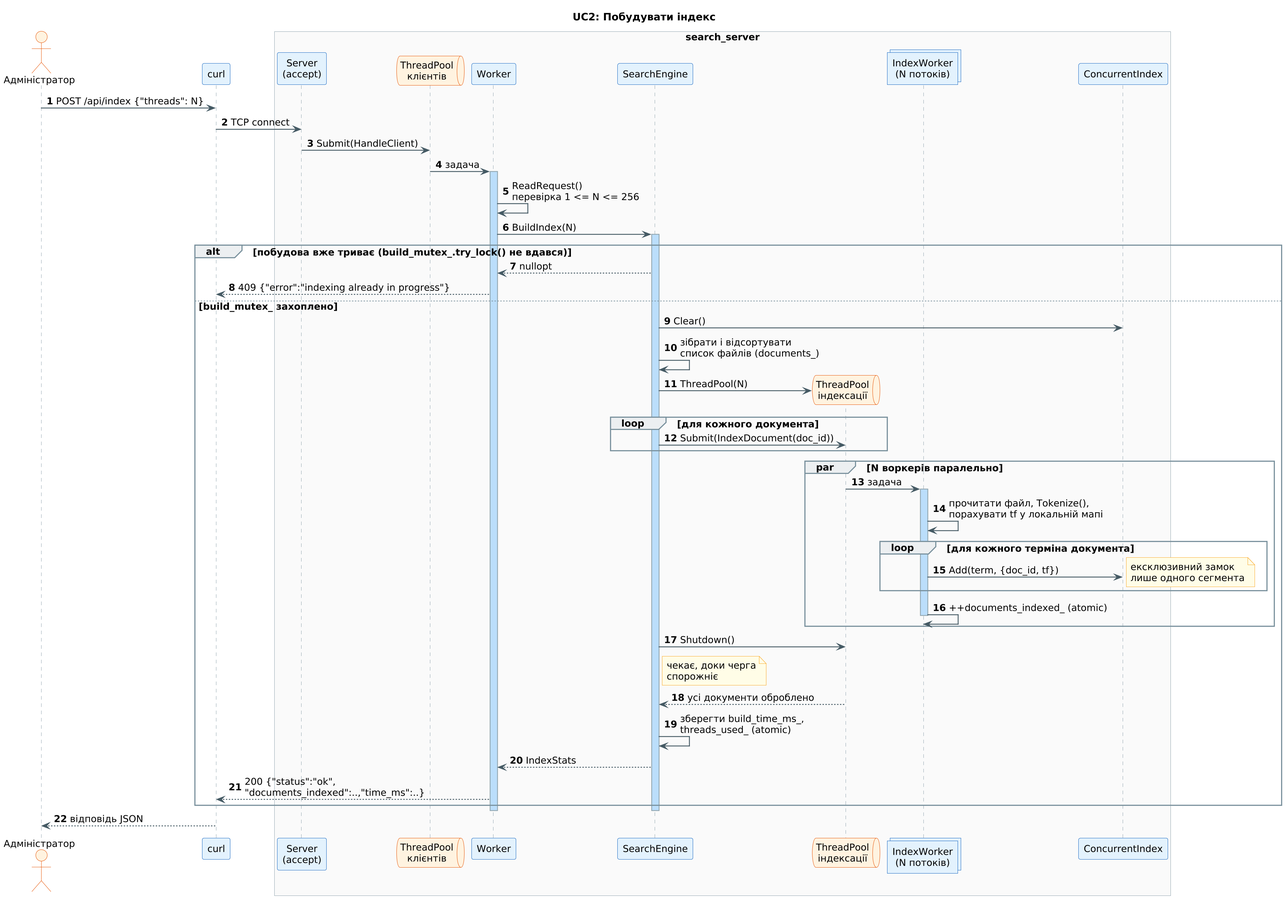
The PlantUML diagram docs/uml/seq_index.png in vlb103/parallel-search-engine, before a commit. Its diagram source:
```plantuml
@startuml seq_index
!include style.iuml
autonumber
title UC2: Побудувати індекс

actor "Адміністратор" as Admin
participant "curl" as Client
box "search_server" #FAFAFA
  participant "Server\n(accept)" as Server
  queue "ThreadPool\nклієнтів" as Pool
  participant "Worker" as Worker
  participant "SearchEngine" as Engine
  queue "ThreadPool\nіндексації" as IndexPool
  collections "IndexWorker\n(N потоків)" as IndexWorker
  participant "ConcurrentIndex" as Index
end box

Admin -> Client : POST /api/index {"threads": N}
Client -> Server : TCP connect
Server -> Pool : Submit(HandleClient)
Pool -> Worker : задача
activate Worker
Worker -> Worker : ReadRequest()\nперевірка 1 <= N <= 256
Worker -> Engine : BuildIndex(N)
activate Engine

alt побудова вже триває (build_mutex_.try_lock() не вдався)
  Engine --> Worker : nullopt
  Worker --> Client : 409 {"error":"indexing already in progress"}
else build_mutex_ захоплено
  Engine -> Index : Clear()
  Engine -> Engine : зібрати і відсортувати\nсписок файлів (documents_)
  Engine -> IndexPool ** : ThreadPool(N)
  loop для кожного документа
    Engine -> IndexPool : Submit(IndexDocument(doc_id))
  end
  par N воркерів паралельно
    IndexPool -> IndexWorker : задача
    activate IndexWorker
    IndexWorker -> IndexWorker : прочитати файл, Tokenize(),\nпорахувати tf у локальній мапі
    loop для кожного терміна документа
      IndexWorker -> Index : Add(term, {doc_id, tf})
      note right : ексклюзивний замок\nлише одного сегмента
    end
    IndexWorker -> IndexWorker : ++documents_indexed_ (atomic)
    deactivate IndexWorker
  end
  Engine -> IndexPool : Shutdown()
  note right of Engine : чекає, доки черга\nспорожніє
  IndexPool --> Engine : усі документи оброблено
  Engine -> Engine : зберегти build_time_ms_,\nthreads_used_ (atomic)
  Engine --> Worker : IndexStats
  Worker --> Client : 200 {"status":"ok",\n"documents_indexed":..,"time_ms":..}
end
deactivate Engine
deactivate Worker
Client --> Admin : відповідь JSON
@enduml
```
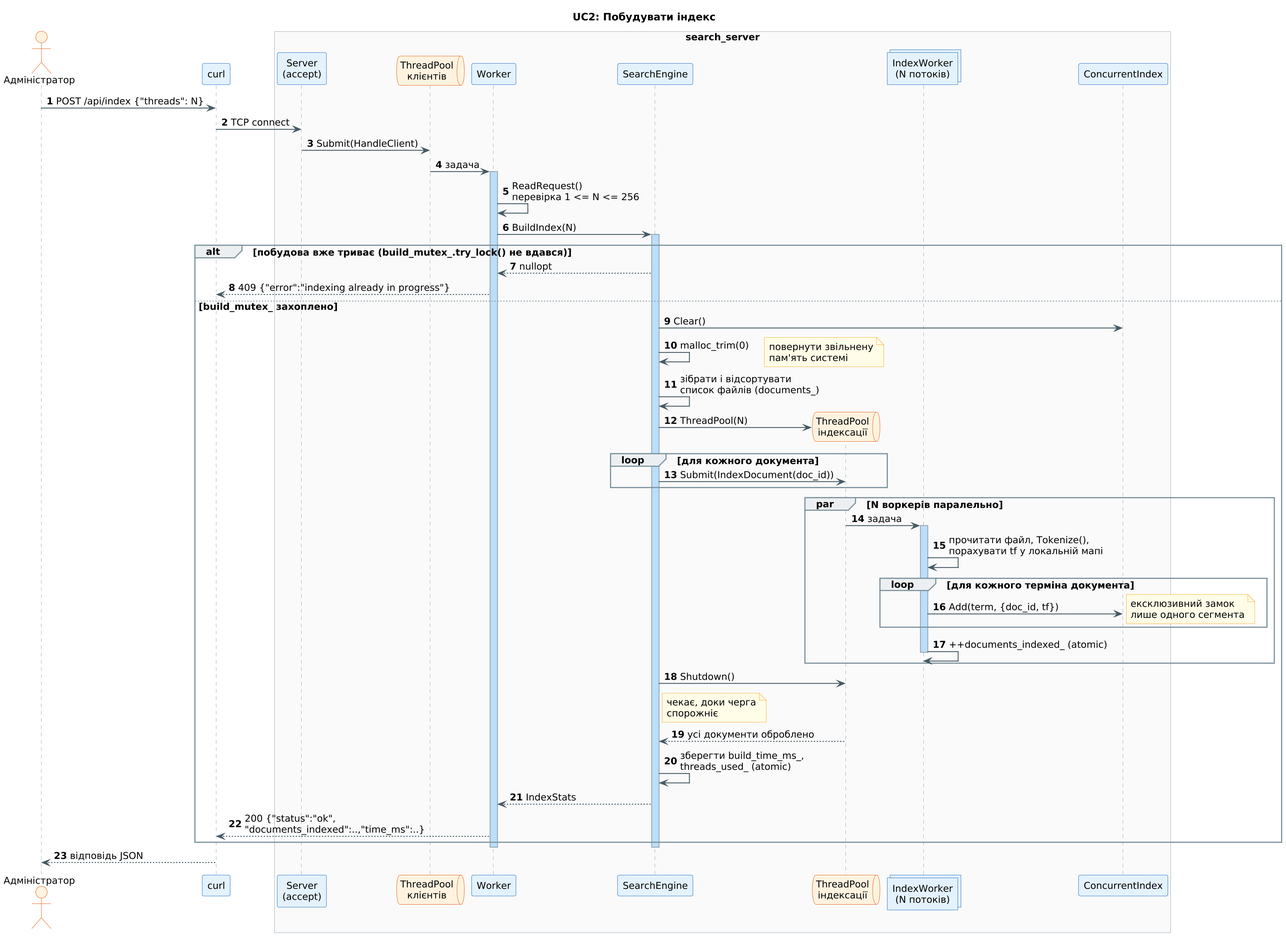
After the commit.

Change to the diagram source:
```diff
@@ -29,6 +29,8 @@
   Worker --> Client : 409 {"error":"indexing already in progress"}
 else build_mutex_ захоплено
   Engine -> Index : Clear()
+  Engine -> Engine : malloc_trim(0)
+  note right : повернути звільнену\nпам'ять системі
   Engine -> Engine : зібрати і відсортувати\nсписок файлів (documents_)
   Engine -> IndexPool ** : ThreadPool(N)
   loop для кожного документа
```
